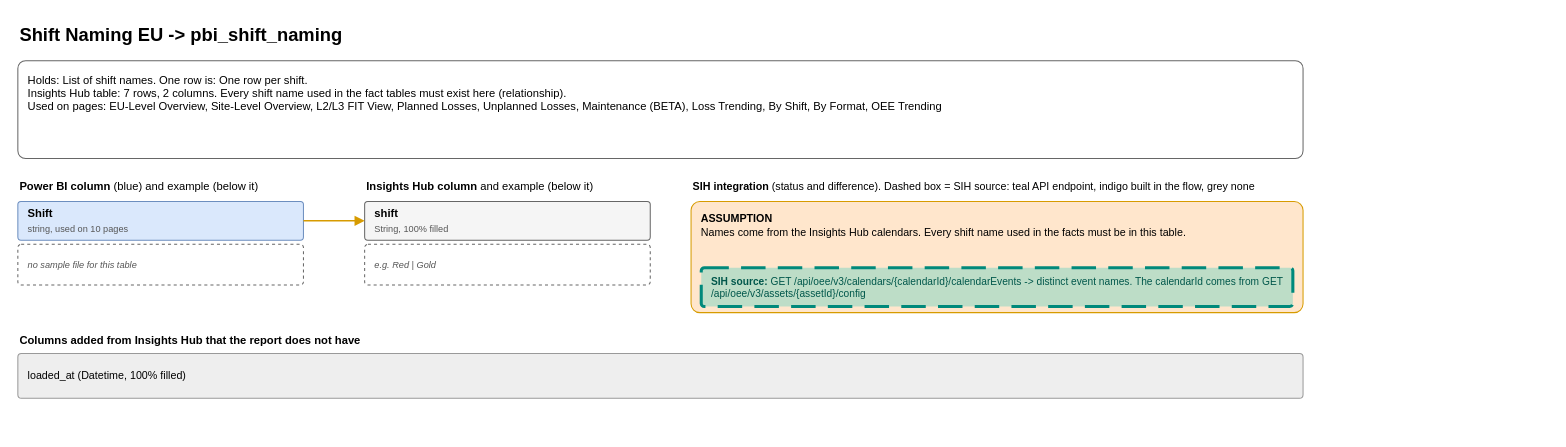
This is page "5 Shift Naming EU" (6 of 16) of diagrams/powerbi-data-map.drawio from AbiyyuMufti/SIH-IBMX-R, a draw.io file, before an edit. Source tidied: cells renumbered, new cells numbered last; positions are measured from the earlier drawing's top-left corner, leaving out a move shared by most shapes. Both pictures are drawn from the tidied source at 102%, with x=0, y=0 at pixel (17, 17).
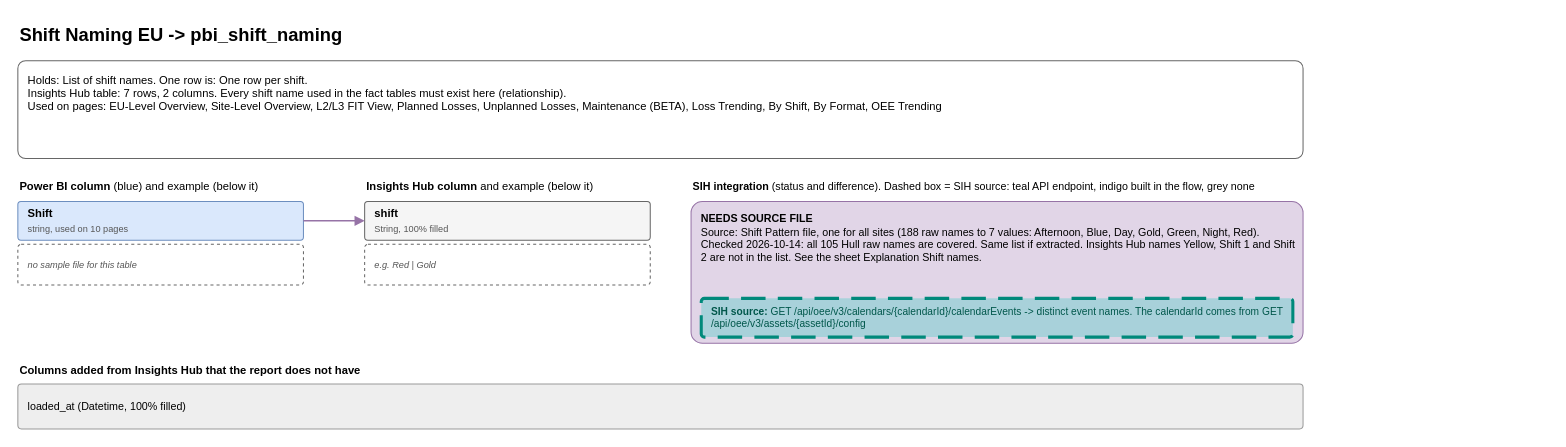
The same diagram, later.

What changed in the source:
```diff
@@
 <mxGraphModel>
   <root>
     <mxCell id="0" />
     <mxCell id="1" parent="0" />
     <mxCell id="2" value="&lt;b&gt;Shift Naming EU  -&amp;gt;  pbi_shift_naming&lt;/b&gt;" style="text;html=1;whiteSpace=wrap;align=left;verticalAlign=top;fontSize=12;fontSize=18;" parent="1" vertex="1">
       <mxGeometry width="1500" height="30" as="geometry" />
     </mxCell>
     <mxCell id="3" value="Holds: List of shift names. One row is: One row per shift.&lt;br&gt;Insights Hub table: 7 rows, 2 columns. Every shift name used in the fact tables must exist here (relationship).&lt;br&gt;Used on pages: EU-Level Overview, Site-Level Overview, L2/L3 FIT View, Planned Losses, Unplanned Losses, Maintenance (BETA), Loss Trending, By Shift, By Format, OEE Trending" style="rounded=1;whiteSpace=wrap;html=1;align=left;verticalAlign=middle;spacingLeft=8;spacingRight=6;spacingTop=2;spacingBottom=2;fontSize=11;arcSize=8;fillColor=#ffffff;strokeColor=#666666;verticalAlign=top;spacingTop=6;fontSize=11;" parent="1" vertex="1">
       <mxGeometry y="42" width="1260" height="96" as="geometry" />
     </mxCell>
     <mxCell id="4" value="&lt;b&gt;Power BI column&lt;/b&gt; (blue) and example (below it)" style="text;html=1;whiteSpace=wrap;align=left;verticalAlign=top;fontSize=12;fontSize=11;" parent="1" vertex="1">
       <mxGeometry y="152" width="270" height="20" as="geometry" />
     </mxCell>
     <mxCell id="5" value="&lt;b&gt;Insights Hub column&lt;/b&gt; and example (below it)" style="text;html=1;whiteSpace=wrap;align=left;verticalAlign=top;fontSize=12;fontSize=11;" parent="1" vertex="1">
       <mxGeometry x="340" y="152" width="270" height="20" as="geometry" />
     </mxCell>
     <mxCell id="6" value="&lt;b&gt;SIH integration&lt;/b&gt; (status and difference). Dashed box = SIH source: teal API endpoint, indigo built in the flow, grey none" style="text;html=1;whiteSpace=wrap;align=left;verticalAlign=top;fontSize=12;fontSize=10.5;" parent="1" vertex="1">
       <mxGeometry x="660" y="152" width="600" height="20" as="geometry" />
     </mxCell>
     <mxCell id="7" value="&lt;b&gt;Shift&lt;/b&gt;&lt;br&gt;&lt;font style=&quot;font-size:9px&quot; color=&quot;#555555&quot;&gt;string, used on 10 pages&lt;/font&gt;" style="rounded=1;whiteSpace=wrap;html=1;align=left;verticalAlign=middle;spacingLeft=8;spacingRight=6;spacingTop=2;spacingBottom=2;fontSize=11;arcSize=8;fillColor=#dae8fc;strokeColor=#6c8ebf;" parent="1" vertex="1">
       <mxGeometry y="180" width="280" height="38" as="geometry" />
     </mxCell>
     <mxCell id="8" value="&lt;font style=&quot;font-size:9px&quot; color=&quot;#555555&quot;&gt;no sample file for this table&lt;/font&gt;" style="rounded=1;whiteSpace=wrap;html=1;align=left;verticalAlign=middle;spacingLeft=8;spacingRight=6;spacingTop=2;spacingBottom=2;fontSize=11;arcSize=8;fillColor=#ffffff;strokeColor=#666666;dashed=1;fontStyle=2;" parent="1" vertex="1">
       <mxGeometry y="222" width="280" height="40" as="geometry" />
     </mxCell>
     <mxCell id="9" value="&lt;b&gt;shift&lt;/b&gt;&lt;br&gt;&lt;font style=&quot;font-size:9px&quot; color=&quot;#555555&quot;&gt;String, 100% filled&lt;/font&gt;" style="rounded=1;whiteSpace=wrap;html=1;align=left;verticalAlign=middle;spacingLeft=8;spacingRight=6;spacingTop=2;spacingBottom=2;fontSize=11;arcSize=8;fillColor=#f5f5f5;strokeColor=#666666;" parent="1" vertex="1">
       <mxGeometry x="340" y="180" width="280" height="38" as="geometry" />
     </mxCell>
     <mxCell id="10" value="&lt;font style=&quot;font-size:9px&quot; color=&quot;#555555&quot;&gt;e.g. Red | Gold&lt;/font&gt;" style="rounded=1;whiteSpace=wrap;html=1;align=left;verticalAlign=middle;spacingLeft=8;spacingRight=6;spacingTop=2;spacingBottom=2;fontSize=11;arcSize=8;fillColor=#ffffff;strokeColor=#666666;dashed=1;fontStyle=2;" parent="1" vertex="1">
       <mxGeometry x="340" y="222" width="280" height="40" as="geometry" />
     </mxCell>
-    <mxCell id="11" style="edgeStyle=orthogonalEdgeStyle;html=1;endArrow=block;endFill=1;strokeWidth=1.5;strokeColor=#d79b00;" parent="1" edge="1" source="7" target="9">
+    <mxCell id="11" style="edgeStyle=orthogonalEdgeStyle;html=1;endArrow=block;endFill=1;strokeWidth=1.5;strokeColor=#9673a6;" parent="1" edge="1" source="7" target="9">
       <mxGeometry relative="1" as="geometry" />
     </mxCell>
-    <mxCell id="12" value="&lt;b&gt;ASSUMPTION&lt;/b&gt;&lt;br&gt;Names come from the Insights Hub calendars. Every shift name used in the facts must be in this table." style="rounded=1;whiteSpace=wrap;html=1;align=left;verticalAlign=middle;spacingLeft=8;spacingRight=6;spacingTop=2;spacingBottom=2;fontSize=11;arcSize=8;fillColor=#ffe6cc;strokeColor=#d79b00;verticalAlign=top;spacingTop=4;fontSize=10.5;" parent="1" vertex="1">
-      <mxGeometry x="660" y="180" width="600" height="109" as="geometry" />
+    <mxCell id="12" value="&lt;b&gt;NEEDS SOURCE FILE&lt;/b&gt;&lt;br&gt;Source: Shift Pattern file, one for all sites (188 raw names to 7 values: Afternoon, Blue, Day, Gold, Green, Night, Red). Checked 2026-10-14: all 105 Hull raw names are covered. Same list if extracted. Insights Hub names Yellow, Shift 1 and Shift 2 are not in the list. See the sheet Explanation Shift names." style="rounded=1;whiteSpace=wrap;html=1;align=left;verticalAlign=middle;spacingLeft=8;spacingRight=6;spacingTop=2;spacingBottom=2;fontSize=11;arcSize=8;fillColor=#e1d5e7;strokeColor=#9673a6;verticalAlign=top;spacingTop=4;fontSize=10.5;" parent="1" vertex="1">
+      <mxGeometry x="660" y="180" width="600" height="139" as="geometry" />
     </mxCell>
     <mxCell id="13" value="&lt;b&gt;SIH source: &lt;/b&gt;GET /api/oee/v3/calendars/{calendarId}/calendarEvents -&amp;gt; distinct event names. The calendarId comes from GET /api/oee/v3/assets/{assetId}/config" style="rounded=1;whiteSpace=wrap;html=1;align=left;verticalAlign=middle;spacingLeft=8;spacingRight=6;spacingTop=2;spacingBottom=2;fontSize=11;arcSize=8;fillColor=#26C6B8;strokeColor=#00897B;verticalAlign=middle;fontSize=10;dashed=1;dashPattern=8 4;strokeWidth=3;fillOpacity=30;fontColor=#00574B;" parent="1" vertex="1">
-      <mxGeometry x="670" y="245" width="580" height="38" as="geometry" />
+      <mxGeometry x="670" y="275" width="580" height="38" as="geometry" />
     </mxCell>
     <mxCell id="14" value="&lt;b&gt;Columns added from Insights Hub that the report does not have&lt;/b&gt;" style="text;html=1;whiteSpace=wrap;align=left;verticalAlign=top;fontSize=12;fontSize=11;" parent="1" vertex="1">
-      <mxGeometry y="303" width="1260" height="20" as="geometry" />
+      <mxGeometry y="333" width="1260" height="20" as="geometry" />
     </mxCell>
     <mxCell id="15" value="loaded_at (Datetime, 100% filled)" style="rounded=1;whiteSpace=wrap;html=1;align=left;verticalAlign=middle;spacingLeft=8;spacingRight=6;spacingTop=2;spacingBottom=2;fontSize=11;arcSize=8;fillColor=#eeeeee;strokeColor=#999999;fontSize=10.5;" parent="1" vertex="1">
-      <mxGeometry y="329" width="1260" height="44" as="geometry" />
+      <mxGeometry y="359" width="1260" height="44" as="geometry" />
     </mxCell>
   </root>
 </mxGraphModel>
```
